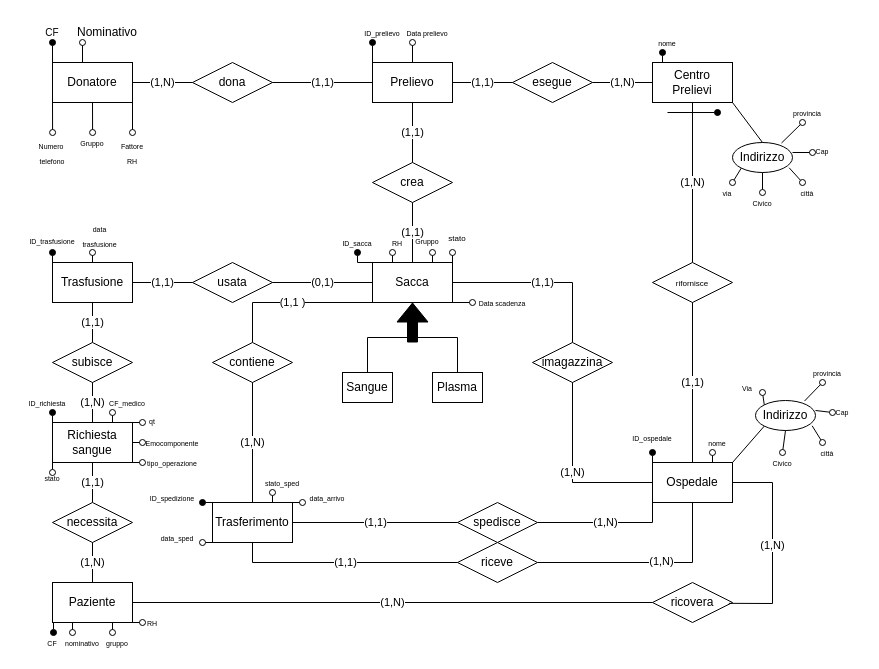
The draw.io diagram BancaDelSangue.drawio in giovanniveronese07-del/ProgettoBasiDiDati, before the edit. Source tidied: cells renumbered, new cells numbered last; positions are measured from the earlier drawing's top-left corner, leaving out a move shared by most shapes. Both pictures are drawn from the tidied source at 100%, with x=0, y=0 at pixel (17, 17).
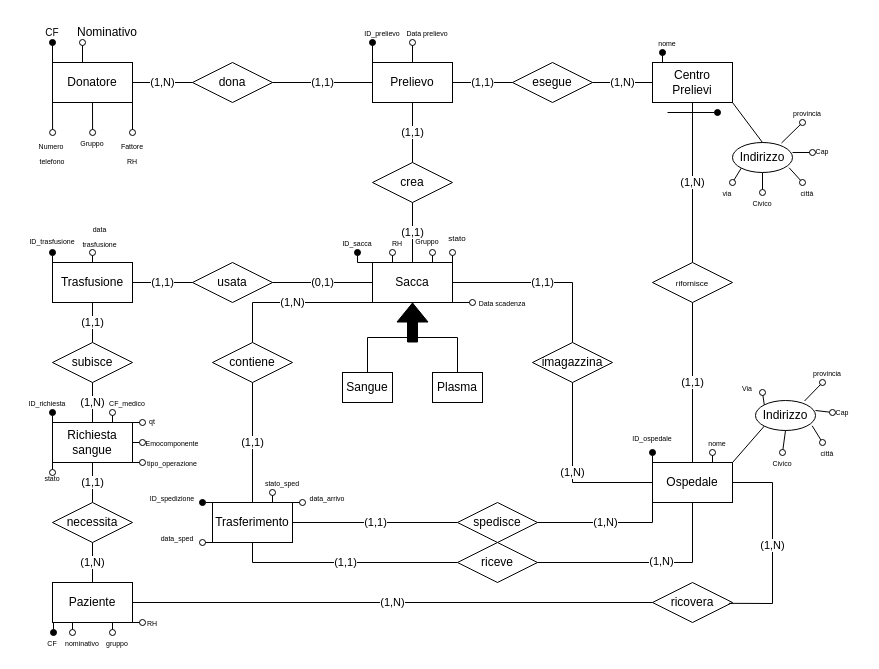
After the change.

Commit message (it also covers changes not shown here):
modificati i modelli er e er ristrutturato, aggiunte le query 3 4 5, completato il file c, sistemato piccolo errore nel file di creazione database e aggiunto il DROP IF EXISTS CASCADE

Unchanged cells that the change refers to:
```xml
<mxCell id="6" value="contiene" style="rhombus;whiteSpace=wrap;html=1;" parent="1" vertex="1">
  <mxGeometry x="195" y="325" width="80" height="40" as="geometry" />
</mxCell>
<mxCell id="12" value="Trasferimento" style="rounded=0;whiteSpace=wrap;html=1;" parent="1" vertex="1">
  <mxGeometry x="195" y="485" width="80" height="40" as="geometry" />
</mxCell>
<mxCell id="58" value="Sacca" style="rounded=0;whiteSpace=wrap;html=1;" parent="54" vertex="1">
  <mxGeometry x="30" width="80" height="40" as="geometry" />
</mxCell>
```

Change to the diagram source:
```diff
@@
-    <mxCell id="30" value="(1,N)" style="endArrow=none;html=1;rounded=0;entryX=0.5;entryY=0;entryDx=0;entryDy=0;exitX=0.5;exitY=1;exitDx=0;exitDy=0;" parent="1" edge="1" source="6" target="12">
+    <mxCell id="30" value="(1,1)" style="endArrow=none;html=1;rounded=0;entryX=0.5;entryY=0;entryDx=0;entryDy=0;exitX=0.5;exitY=1;exitDx=0;exitDy=0;" parent="1" edge="1" source="6" target="12">
       <mxGeometry relative="1" as="geometry" />
     </mxCell>
-    <mxCell id="31" value="(1,1 )" style="endArrow=none;html=1;rounded=0;exitX=0;exitY=1;exitDx=0;exitDy=0;entryX=0.5;entryY=0;entryDx=0;entryDy=0;" parent="1" edge="1" source="58" target="6">
+    <mxCell id="31" value="(1,N)" style="endArrow=none;html=1;rounded=0;exitX=0;exitY=1;exitDx=0;exitDy=0;entryX=0.5;entryY=0;entryDx=0;entryDy=0;" parent="1" edge="1" source="58" target="6">
       <mxGeometry relative="1" as="geometry">
         <Array as="points">
           <mxPoint x="235" y="285" />
         </Array>
       </mxGeometry>
     </mxCell>
```
